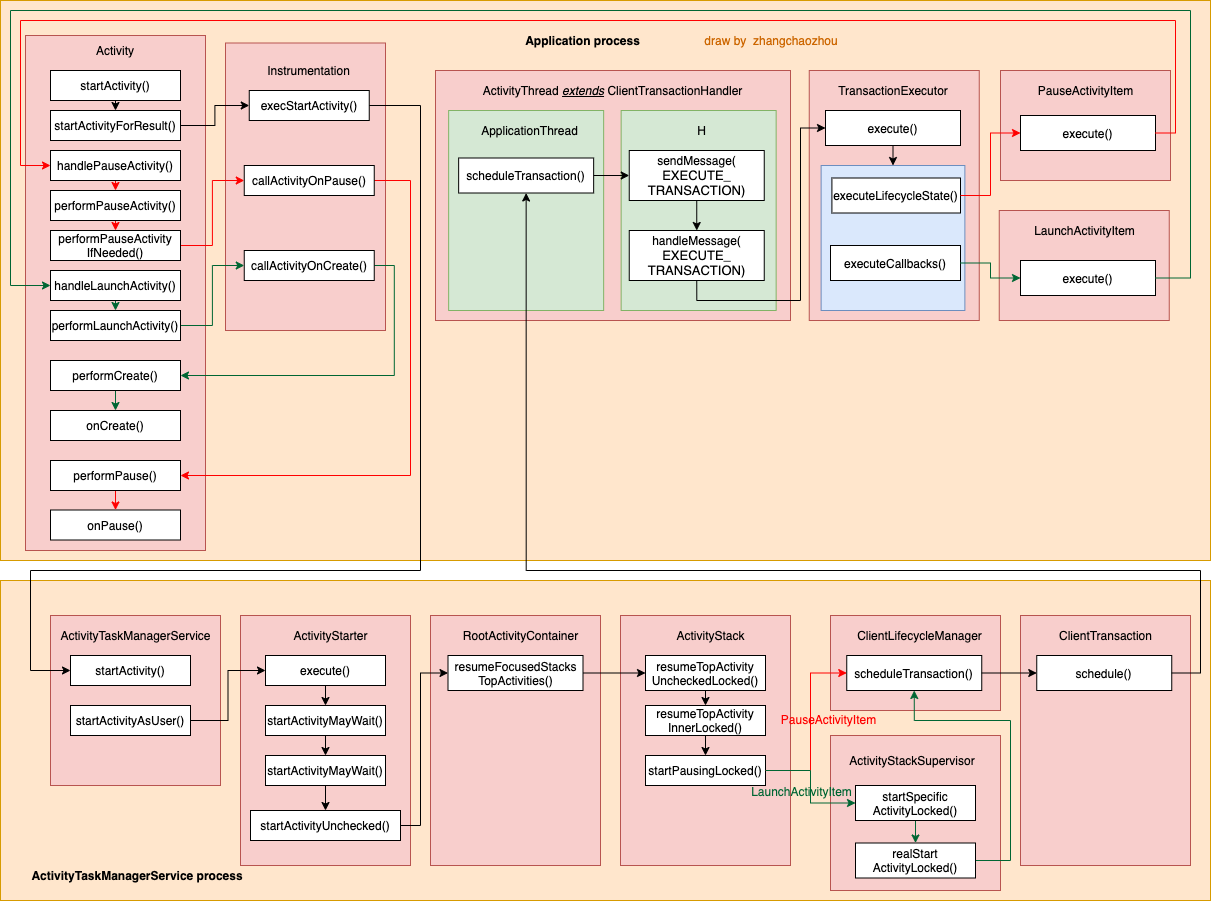
Earlier version of the draw.io export Android/StartActivity.png (chaozhouzhang/learning-summary). Source tidied: cells renumbered, new cells last; positions are measured from the earlier drawing's top-left corner, leaving out a move shared by most shapes.
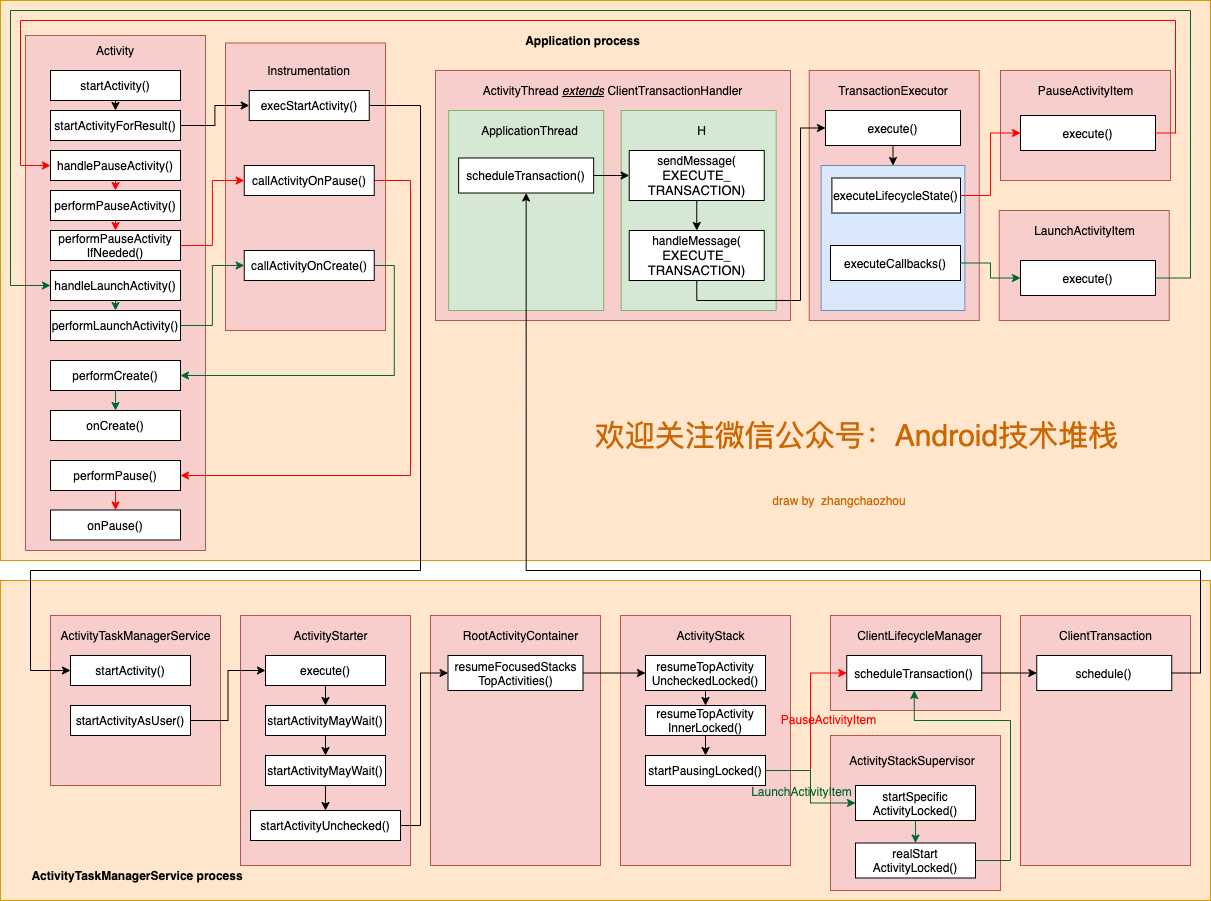
Later version of the same file.

Diff of the diagram source:
```diff
@@ -213,7 +213,7 @@
       <mxGeometry x="998.8" y="210" width="170" height="110" as="geometry" />
     </mxCell>
     <mxCell id="64" value="draw by&amp;nbsp; zhangchaozhou" style="text;html=1;strokeColor=none;fillColor=none;align=center;verticalAlign=middle;whiteSpace=wrap;rounded=0;labelBackgroundColor=none;fontColor=#CC6600;" parent="1" vertex="1">
-      <mxGeometry x="696.2" y="30" width="150" height="20" as="geometry" />
+      <mxGeometry x="763.8" y="489.5" width="150" height="20" as="geometry" />
     </mxCell>
     <mxCell id="65" style="rounded=0;whiteSpace=wrap;html=1;fillColor=#f8cecc;strokeColor=#b85450;" parent="1" vertex="1">
       <mxGeometry x="830" y="735" width="170" height="155" as="geometry" />
@@ -387,5 +387,8 @@
     <mxCell id="110" value="onPause()" style="rounded=0;whiteSpace=wrap;html=1;" parent="1" vertex="1">
       <mxGeometry x="50" y="509.5" width="130" height="30" as="geometry" />
     </mxCell>
+    <mxCell id="111" value="&lt;font style=&quot;font-size: 30px&quot;&gt;欢迎关注微信公众号：Android技术堆栈&lt;/font&gt;" style="text;html=1;strokeColor=none;fillColor=none;align=center;verticalAlign=middle;whiteSpace=wrap;rounded=0;labelBackgroundColor=none;fontColor=#CC6600;" parent="1" vertex="1">
+      <mxGeometry x="593.1" y="400" width="526.9" height="70" as="geometry" />
+    </mxCell>
   </root>
 </mxGraphModel>
```
